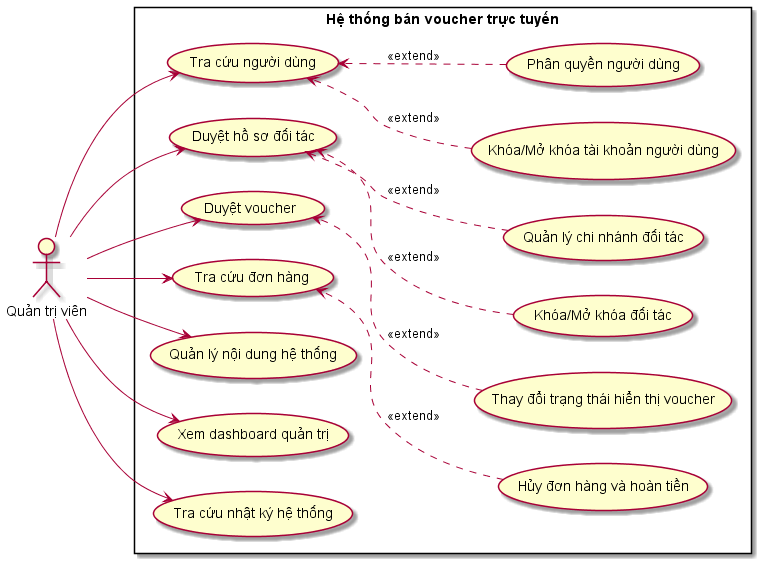
Ngo-The-Dat/e-voucher-system keeps this PlantUML diagram as diagram/system/QTV.png. Above is the earlier version. Source of this version:
```plantuml
@startuml
left to right direction
actor "Quản trị viên" as QTV

rectangle "Hệ thống bán voucher trực tuyến" {
  usecase "Tra cứu người dùng" as UC1
  usecase "Khóa/Mở khóa tài khoản người dùng" as UC2
  usecase "Phân quyền người dùng" as UC3
  usecase "Duyệt hồ sơ đối tác" as UC4
  usecase "Khóa/Mở khóa đối tác" as UC5
  usecase "Quản lý chi nhánh đối tác" as UC6
  usecase "Duyệt voucher" as UC7
  usecase "Thay đổi trạng thái hiển thị voucher" as UC8
  usecase "Tra cứu đơn hàng" as UC9
  usecase "Hủy đơn hàng và hoàn tiền" as UC10
  usecase "Quản lý nội dung hệ thống" as UC11
  usecase "Xem dashboard quản trị" as UC12
  usecase "Tra cứu nhật ký hệ thống" as UC13

  UC2 -[hidden]left- UC1
  UC3 -[hidden]left- UC1
  UC5 -[hidden]left- UC4
  UC6 -[hidden]left- UC4
  UC8 -[hidden]left- UC7
  UC10 -[hidden]left- UC9
}

QTV -> UC1
QTV -> UC4
QTV -> UC7
QTV -> UC9
QTV --> UC11
QTV --> UC12
QTV --> UC13

UC2 ..> UC1 : <<extend>>
UC3 ..> UC1 : <<extend>>
UC5 ..> UC4 : <<extend>>
UC6 ..> UC4 : <<extend>>
UC8 ..> UC7 : <<extend>>
UC10 ..> UC9 : <<extend>>
@enduml
```
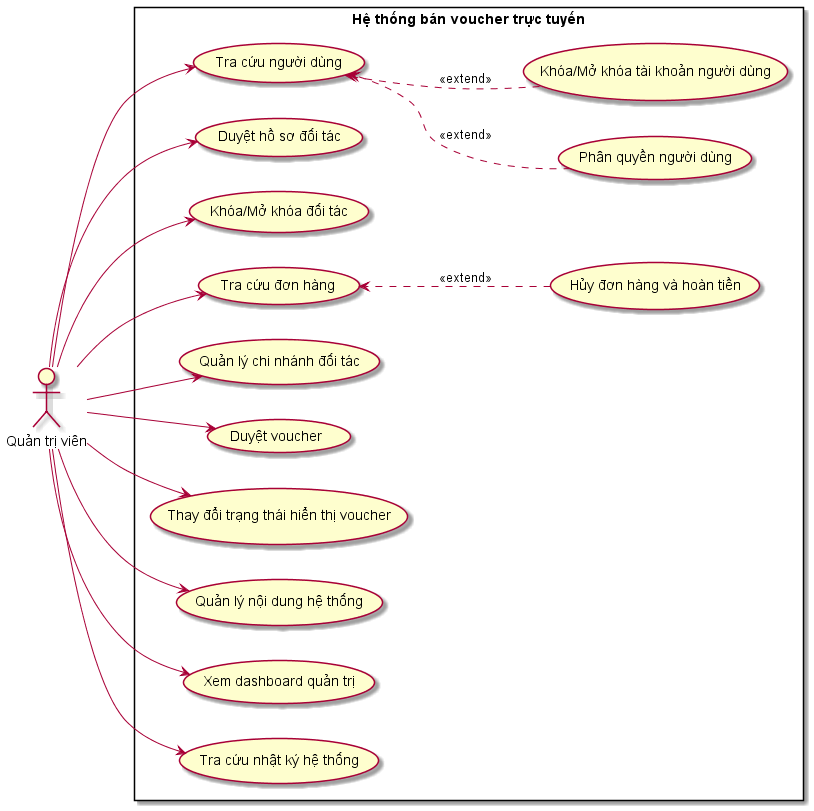
Above is the later version.

Diff of the diagram source:
```diff
@@ -20,14 +20,15 @@
   UC2 -[hidden]left- UC1
   UC3 -[hidden]left- UC1
   UC5 -[hidden]left- UC4
-  UC6 -[hidden]left- UC4
-  UC8 -[hidden]left- UC7
   UC10 -[hidden]left- UC9
 }
 
 QTV -> UC1
 QTV -> UC4
+QTV -> UC5
+QTV -> UC6
 QTV -> UC7
+QTV -> UC8
 QTV -> UC9
 QTV --> UC11
 QTV --> UC12
@@ -35,8 +36,5 @@
 
 UC2 ..> UC1 : <<extend>>
 UC3 ..> UC1 : <<extend>>
-UC5 ..> UC4 : <<extend>>
-UC6 ..> UC4 : <<extend>>
-UC8 ..> UC7 : <<extend>>
 UC10 ..> UC9 : <<extend>>
 @enduml
```
